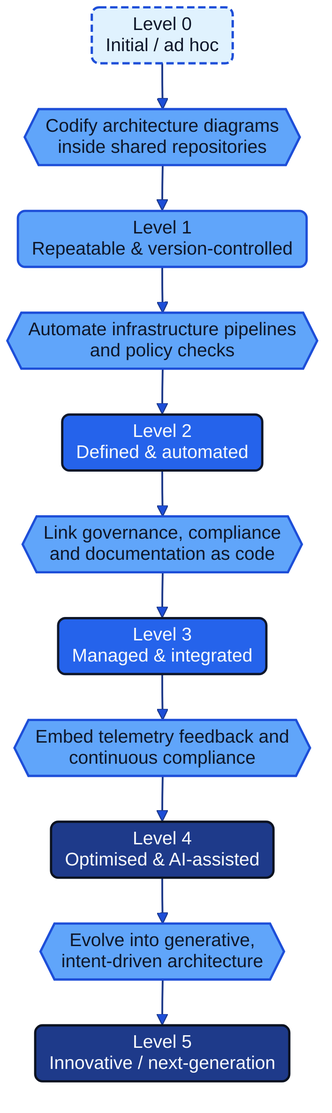
The Mermaid diagram docs/images/diagram_32_maturity_model.png in Geonitab/architecture_as_code, before a commit. Its source is kept beside it as docs/images/diagram_32_maturity_model.mmd. The source it was exported from:
```mermaid
flowchart TD
    L0([Level 0\nInitial / ad hoc]):::geon-muted
    S0{{"Codify architecture diagrams\ninside shared repositories"}}:::geon-highlight
    L1([Level 1\nRepeatable & version-controlled]):::geon-highlight
    S1{{"Automate infrastructure pipelines\nand policy checks"}}:::geon-highlight
    L2([Level 2\nDefined & automated]):::geon-accent
    S2{{"Link governance, compliance\nand documentation as code"}}:::geon-highlight
    L3([Level 3\nManaged & integrated]):::geon-accent
    S3{{"Embed telemetry feedback and\ncontinuous compliance"}}:::geon-highlight
    L4([Level 4\nOptimised & AI-assisted]):::geon-primary
    S4{{"Evolve into generative,\nintent-driven architecture"}}:::geon-highlight
    L5([Level 5\nInnovative / next-generation]):::geon-primary

    L0 --> S0 --> L1 --> S1 --> L2 --> S2 --> L3 --> S3 --> L4 --> S4 --> L5
```
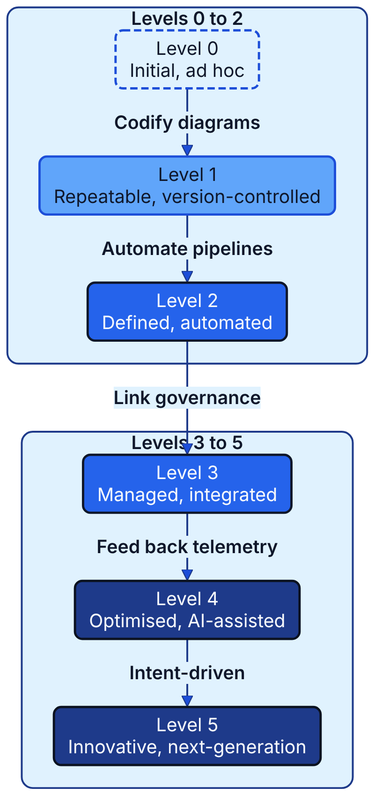
Above is the later version.

What changed in the source:
```diff
@@ -1,14 +1,16 @@
-flowchart TD
-    L0([Level 0\nInitial / ad hoc]):::geon-muted
-    S0{{"Codify architecture diagrams\ninside shared repositories"}}:::geon-highlight
-    L1([Level 1\nRepeatable & version-controlled]):::geon-highlight
-    S1{{"Automate infrastructure pipelines\nand policy checks"}}:::geon-highlight
-    L2([Level 2\nDefined & automated]):::geon-accent
-    S2{{"Link governance, compliance\nand documentation as code"}}:::geon-highlight
-    L3([Level 3\nManaged & integrated]):::geon-accent
-    S3{{"Embed telemetry feedback and\ncontinuous compliance"}}:::geon-highlight
-    L4([Level 4\nOptimised & AI-assisted]):::geon-primary
-    S4{{"Evolve into generative,\nintent-driven architecture"}}:::geon-highlight
-    L5([Level 5\nInnovative / next-generation]):::geon-primary
-
-    L0 --> S0 --> L1 --> S1 --> L2 --> S2 --> L3 --> S3 --> L4 --> S4 --> L5
+flowchart TB
+    subgraph LOW["Levels 0 to 2"]
+        L0(["Level 0<br/>Initial, ad hoc"]):::geon-muted
+        L1(["Level 1<br/>Repeatable, version-controlled"]):::geon-highlight
+        L2(["Level 2<br/>Defined, automated"]):::geon-accent
+        L0 -->|"Codify diagrams"| L1
+        L1 -->|"Automate pipelines"| L2
+    end
+    subgraph HIGH["Levels 3 to 5"]
+        L3(["Level 3<br/>Managed, integrated"]):::geon-accent
+        L4(["Level 4<br/>Optimised, AI-assisted"]):::geon-primary
+        L5(["Level 5<br/>Innovative, next-generation"]):::geon-primary
+        L3 -->|"Feed back telemetry"| L4
+        L4 -->|"Intent-driven"| L5
+    end
+    L2 -->|"Link governance"| L3
```
